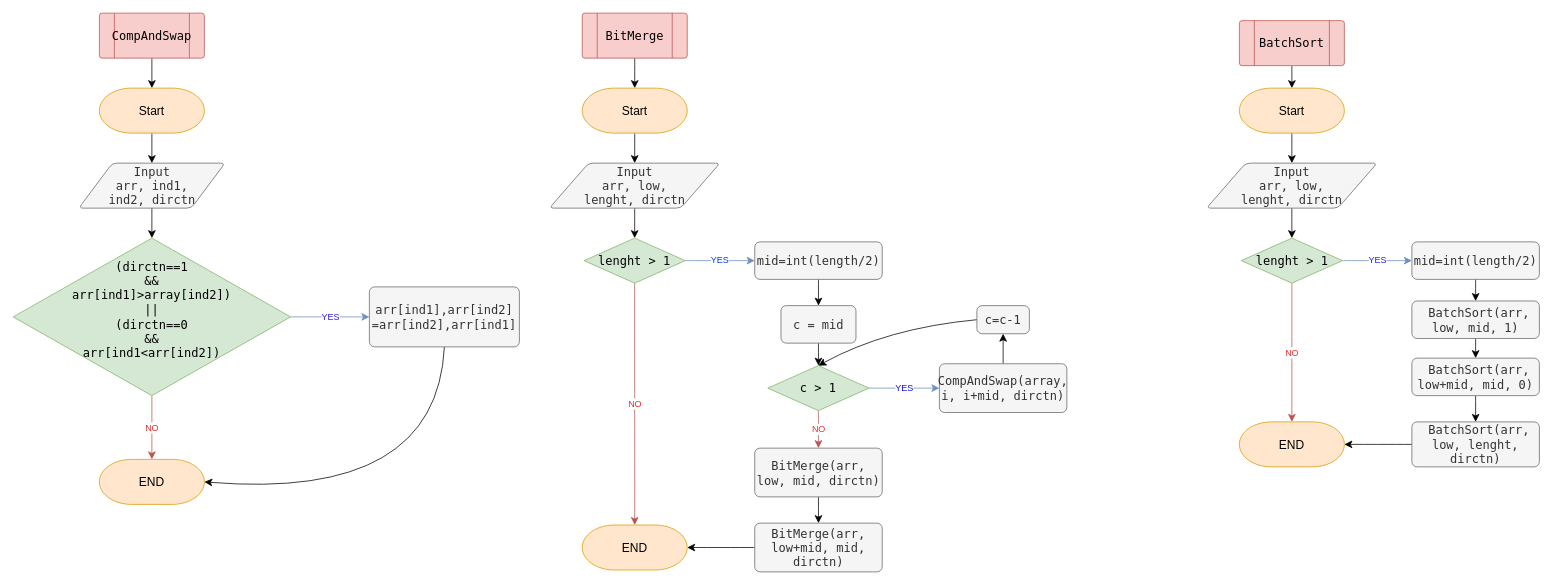
Earlier version of the draw.io diagram research_doc/flowcharts/barcher.drawio (orenvadi/LABs). Source tidied: cells renumbered, new cells numbered last; positions are measured from the earlier drawing's top-left corner, leaving out a move shared by most shapes. Both pictures are drawn from the tidied source at 75%, with x=0, y=0 at pixel (-430, 13).
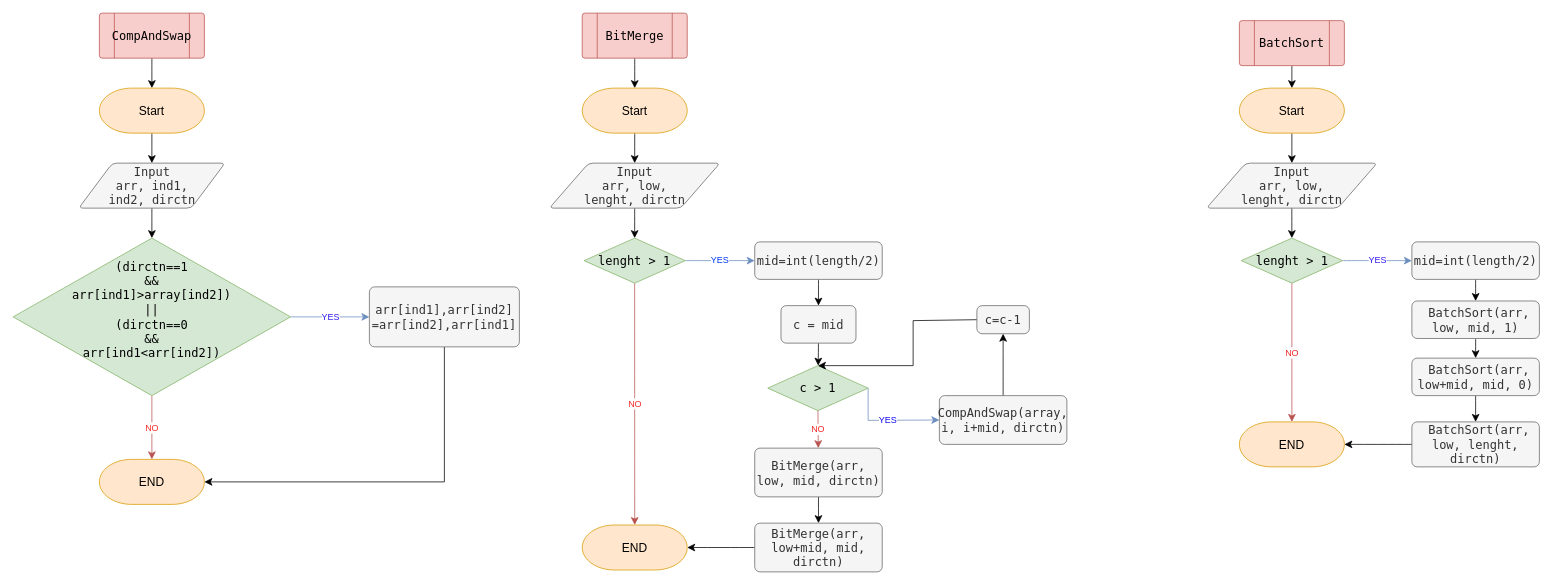
The same page after the edit.

The change refers to these unchanged cells:
```xml
<mxCell id="14" value="&lt;div&gt;&amp;nbsp; &amp;nbsp; &amp;nbsp; &amp;nbsp; arr[ind1],arr[ind2]&lt;/div&gt;&lt;div&gt;=arr[ind2],arr[ind1]&lt;/div&gt;&lt;div&gt;&lt;br&gt;&lt;/div&gt;" style="rounded=1;whiteSpace=wrap;html=1;absoluteArcSize=1;arcSize=14;strokeWidth=1;fontFamily=Lucida Console;fontSize=16;fillColor=#f5f5f5;strokeColor=#666666;fontColor=#333333;" parent="1" vertex="1">
  <mxGeometry x="1065" y="365" width="200" height="80" as="geometry" />
</mxCell>
<mxCell id="15" value="END" style="strokeWidth=1;html=1;shape=mxgraph.flowchart.terminator;whiteSpace=wrap;fontSize=16;rounded=1;fillColor=#ffe6cc;strokeColor=#d79b00;" parent="1" vertex="1">
  <mxGeometry x="705" y="595" width="140" height="60" as="geometry" />
</mxCell>
<mxCell id="36" value="&lt;div&gt;c=c-1&lt;/div&gt;" style="rounded=1;whiteSpace=wrap;html=1;absoluteArcSize=1;arcSize=14;strokeWidth=1;fontFamily=Lucida Console;fontSize=16;fillColor=#f5f5f5;strokeColor=#666666;fontColor=#333333;align=center;" parent="1" vertex="1">
  <mxGeometry x="1875" y="390" width="70" height="37.5" as="geometry" />
</mxCell>
```

Change to the diagram source:
```diff
@@
-    <mxCell id="13" style="edgeStyle=none;curved=1;rounded=0;jettySize=auto;html=1;exitX=0.5;exitY=1;exitDx=0;exitDy=0;entryX=1;entryY=0.5;entryDx=0;entryDy=0;entryPerimeter=0;fontSize=12;startSize=8;endSize=8;" parent="1" edge="1" source="14" target="15">
+    <mxCell id="13" style="edgeStyle=none;rounded=0;jettySize=auto;html=1;exitX=0.5;exitY=1;exitDx=0;exitDy=0;entryX=1;entryY=0.5;entryDx=0;entryDy=0;entryPerimeter=0;fontSize=12;startSize=8;endSize=8;" parent="1" edge="1" source="14" target="15">
       <mxGeometry relative="1" as="geometry">
         <Array as="points">
-          <mxPoint x="1155" y="650" />
+          <mxPoint x="1165" y="625" />
         </Array>
       </mxGeometry>
     </mxCell>
@@
-    <mxCell id="30" value="YES" style="edgeStyle=none;curved=1;rounded=0;jettySize=auto;html=1;exitX=1;exitY=0.5;exitDx=0;exitDy=0;exitPerimeter=0;fontSize=12;startSize=8;endSize=8;fillColor=#dae8fc;strokeColor=#6c8ebf;fontColor=#110AF0;" parent="1" edge="1" source="32" target="34">
-      <mxGeometry relative="1" as="geometry" />
+    <mxCell id="30" value="YES" style="edgeStyle=none;rounded=0;jettySize=auto;html=1;exitX=1;exitY=0.5;exitDx=0;exitDy=0;exitPerimeter=0;fontSize=12;startSize=8;endSize=8;fillColor=#dae8fc;strokeColor=#6c8ebf;fontColor=#110AF0;entryX=0;entryY=0.5;entryDx=0;entryDy=0;" parent="1" edge="1" source="32" target="34">
+      <mxGeometry relative="1" as="geometry">
+        <Array as="points">
+          <mxPoint x="1730" y="543" />
+        </Array>
+      </mxGeometry>
     </mxCell>
@@
     <mxCell id="32" value="&lt;div&gt;c &amp;gt; 1&lt;/div&gt;" style="strokeWidth=1;html=1;shape=mxgraph.flowchart.decision;whiteSpace=wrap;rounded=1;fontSize=16;fontFamily=Lucida Console;fillColor=#d5e8d4;strokeColor=#82b366;" parent="1" vertex="1">
-      <mxGeometry x="1596.2" y="470" width="135" height="60" as="geometry" />
+      <mxGeometry x="1596.2" y="470" width="133.8" height="60" as="geometry" />
     </mxCell>
@@
     <mxCell id="34" value="&lt;div&gt;CompAndSwap(array, i, i+mid, dirctn)&lt;/div&gt;" style="rounded=1;whiteSpace=wrap;html=1;absoluteArcSize=1;arcSize=14;strokeWidth=1;fontFamily=Lucida Console;fontSize=16;fillColor=#f5f5f5;strokeColor=#666666;fontColor=#333333;align=center;" parent="1" vertex="1">
-      <mxGeometry x="1825" y="467.5" width="170" height="65" as="geometry" />
+      <mxGeometry x="1825" y="510" width="170" height="65" as="geometry" />
     </mxCell>
-    <mxCell id="35" style="edgeStyle=none;curved=1;rounded=0;jettySize=auto;html=1;exitX=0;exitY=0.5;exitDx=0;exitDy=0;entryX=0.5;entryY=0;entryDx=0;entryDy=0;entryPerimeter=0;fontSize=12;startSize=8;endSize=8;" parent="1" edge="1" source="36" target="32">
+    <mxCell id="35" style="edgeStyle=none;rounded=0;jettySize=auto;html=1;exitX=0;exitY=0.5;exitDx=0;exitDy=0;entryX=0.5;entryY=0;entryDx=0;entryDy=0;entryPerimeter=0;fontSize=12;startSize=8;endSize=8;" parent="1" edge="1" source="36" target="32">
       <mxGeometry relative="1" as="geometry">
         <Array as="points">
-          <mxPoint x="1755" y="420" />
+          <mxPoint x="1790" y="410" />
+          <mxPoint x="1790" y="470" />
         </Array>
       </mxGeometry>
     </mxCell>
```
